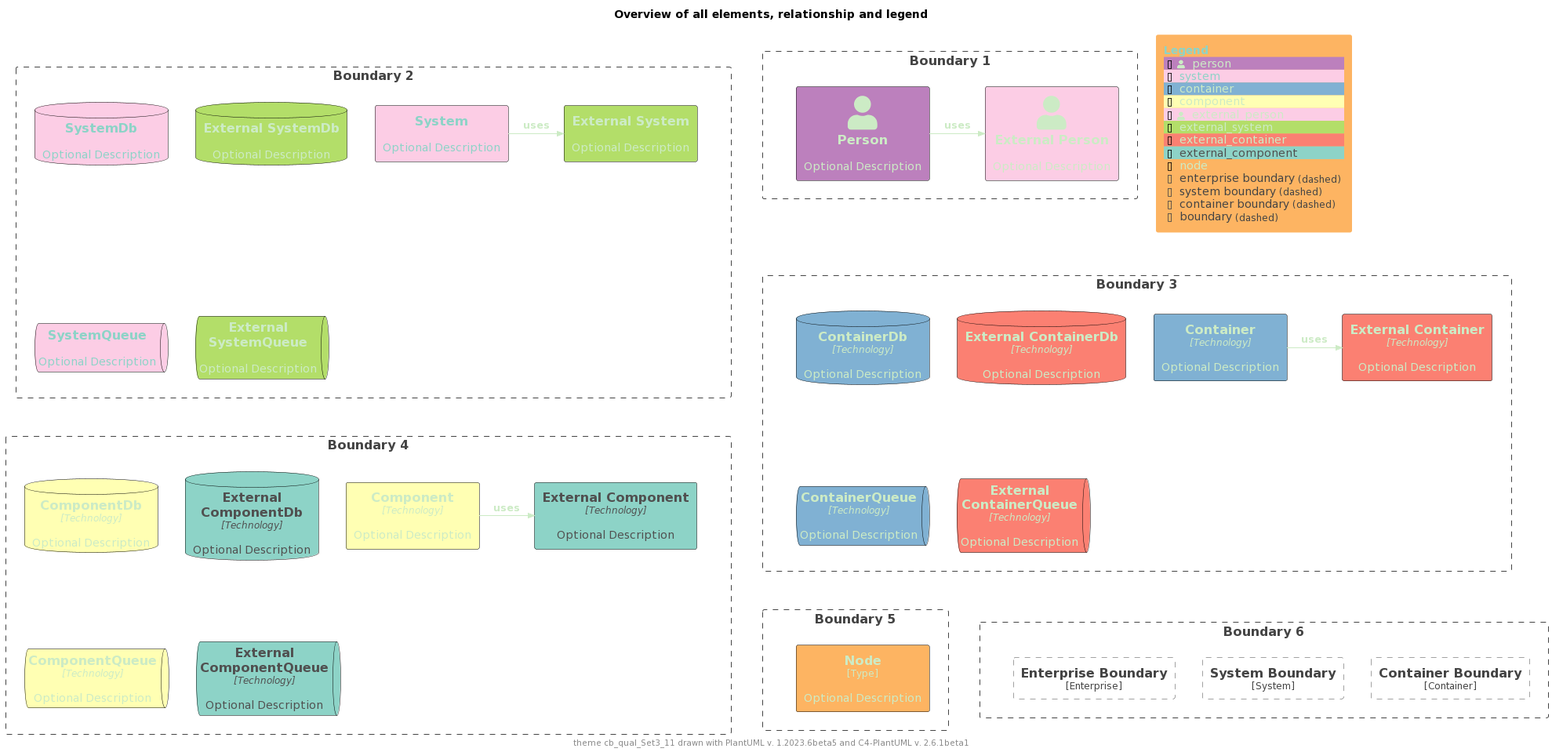
mweagle/C4-PlantUML-Themes keeps this PlantUML diagram as palettes/puml-theme-cb_qual_Set3_11-example.png. Above is the earlier version.
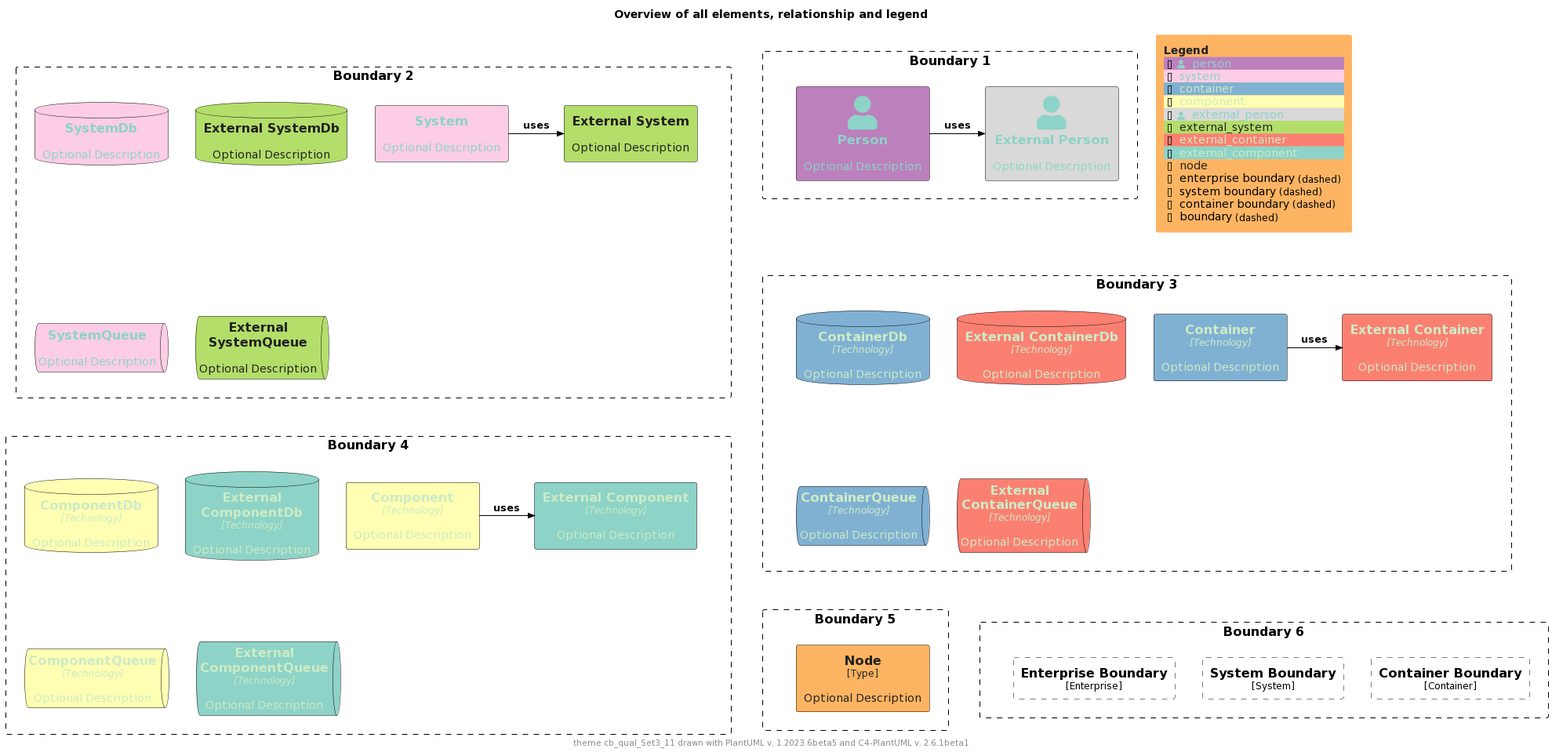
After the change.

What changed in the source:
```diff
@@ -2,16 +2,16 @@
 !$THEME = "cb_qual_Set3_11"
 
 !function $textcolor($bgColor)
-!if $bgcolor == $COLOR_INDEX_4 || $bgcolor == $COLOR_INDEX_5
+!if $bgColor == $COLOR_INDEX_0 || $bgColor == $COLOR_INDEX_1 || $bgColor == $COLOR_INDEX_2 || $bgColor == $COLOR_INDEX_3 || $bgColor == $COLOR_INDEX_4
+!return $COLOR_INDEX_10
+!elseif $bgColor == $COLOR_INDEX_7 || $bgColor == $COLOR_INDEX_8 || $bgColor == $COLOR_INDEX_9 || $bgColor == $COLOR_INDEX_10
+!return $COLOR_INDEX_0
+!elseif %is_light($bgColor)
+!return "#222222"
+!elseif %is_dark($bgColor)
+!return "#dddddd"
+!else
 !return $COLOR_TEXT_FALLBACK_COLOR
-!elseif $bgColor == $COLOR_INDEX_10
-!return $COLOR_TEXT_FALLBACK_COLOR
-!elseif $bgColor == $COLOR_INDEX_0
-!return $COLOR_TEXT_FALLBACK_COLOR
-!elseif %is_light($bgColor)
-!return $COLOR_TEXT_DARK
-!else
-!return $COLOR_TEXT_LIGHT
 !endif
 !endfunction
 
@@ -28,42 +28,40 @@
 !$COLOR_INDEX_10="#CCEBC5"
 !$COLOR_BORDER_COLOR="#000000"
 
-!$COLOR_REL_COLOR="#CCEBC5"
-
 !$COLOR_TEXT_LIGHT=$COLOR_INDEX_0
 !$COLOR_TEXT_DARK=$COLOR_INDEX_10
 !$COLOR_TEXT_NEUTRAL=$textcolor($COLOR_INDEX_5)
-!$COLOR_REL_COLOR=$textcolor($COLOR_INDEX_0)
+!$COLOR_REL_COLOR=$textcolor($COLOR_INDEX_10)
 
-!$COLOR_TEXT_FALLBACK_COLOR ?= "#505050"
+!$COLOR_TEXT_FALLBACK_COLOR ?= "#000000"
 
 !$STEREOTYPE_FONT_SIZE ?= 12
 !$TECHN_FONT_SIZE ?= 12
 
-!$ELEMENT_FONT_COLOR ?= $COLOR_TEXT_NEUTRAL
+!$ELEMENT_FONT_COLOR ?= $COLOR_TEXT_FALLBACK_COLOR
 
-!$ARROW_COLOR ?= $COLOR_TEXT_NEUTRAL
-!$ARROW_FONT_COLOR ?= $COLOR_TEXT_NEUTRAL
+!$ARROW_COLOR ?= $COLOR_TEXT_FALLBACK_COLOR
+!$ARROW_FONT_COLOR ?= $COLOR_TEXT_FALLBACK_COLOR
 !$ARROW_FONT_SIZE ?= 12
 
-!$BOUNDARY_COLOR ?= "#444444"
+!$BOUNDARY_COLOR ?= $COLOR_BORDER_COLOR
 !$BOUNDARY_BG_COLOR ?= "transparent"
 !$BOUNDARY_BORDER_STYLE ?= "dashed"
 
-!$PERSON_FONT_COLOR ?= $textcolor($COLOR_INDEX_9)
 !$PERSON_BG_COLOR ?= $COLOR_INDEX_9
+!$PERSON_FONT_COLOR ?= $textcolor($PERSON_BG_COLOR)
 !$PERSON_BORDER_COLOR ?= $COLOR_BORDER_COLOR
 
-!$EXTERNAL_PERSON_FONT_COLOR ?= $textcolor($COLOR_INDEX_7)
-!$EXTERNAL_PERSON_BG_COLOR ?= $COLOR_INDEX_7
+!$EXTERNAL_PERSON_BG_COLOR ?= $COLOR_INDEX_8
+!$EXTERNAL_PERSON_FONT_COLOR ?= $textcolor($EXTERNAL_PERSON_BG_COLOR)
 !$EXTERNAL_PERSON_BORDER_COLOR ?= $COLOR_BORDER_COLOR
 
-!$SYSTEM_FONT_COLOR ?= $COLOR_TEXT_LIGHT
 !$SYSTEM_BG_COLOR ?= $COLOR_INDEX_7
+!$SYSTEM_FONT_COLOR ?= $textcolor($SYSTEM_BG_COLOR)
 !$SYSTEM_BORDER_COLOR ?= $COLOR_BORDER_COLOR
 
-!$EXTERNAL_SYSTEM_FONT_COLOR ?= $textcolor($COLOR_INDEX_6)
 !$EXTERNAL_SYSTEM_BG_COLOR ?= $COLOR_INDEX_6
+!$EXTERNAL_SYSTEM_FONT_COLOR ?= $textcolor($EXTERNAL_SYSTEM_BG_COLOR)
 !$EXTERNAL_SYSTEM_BORDER_COLOR ?= $COLOR_BORDER_COLOR
 
 !$SYSTEM_BOUNDARY_COLOR ?= $BOUNDARY_COLOR
@@ -74,31 +72,31 @@
 !$ENTERPRISE_BOUNDARY_BG_COLOR ?= $BOUNDARY_BG_COLOR
 !$ENTERPRISE_BOUNDARY_BORDER_STYLE ?= $BOUNDARY_BORDER_STYLE
 
-!$CONTAINER_FONT_COLOR ?= $COLOR_TEXT_DARK
 !$CONTAINER_BG_COLOR ?= $COLOR_INDEX_4
+!$CONTAINER_FONT_COLOR ?= $textcolor($CONTAINER_BG_COLOR)
 !$CONTAINER_BORDER_COLOR ?= $COLOR_BORDER_COLOR
 
-!$EXTERNAL_CONTAINER_FONT_COLOR ?= $textcolor($COLOR_INDEX_3)
 !$EXTERNAL_CONTAINER_BG_COLOR ?= $COLOR_INDEX_3
+!$EXTERNAL_CONTAINER_FONT_COLOR ?= $textcolor($EXTERNAL_CONTAINER_BG_COLOR)
 !$EXTERNAL_CONTAINER_BORDER_COLOR ?= $COLOR_BORDER_COLOR
 
 !$CONTAINER_BOUNDARY_COLOR ?= $BOUNDARY_COLOR
 !$CONTAINER_BOUNDARY_BG_COLOR ?= $BOUNDARY_BG_COLOR
 !$CONTAINER_BOUNDARY_BORDER_STYLE ?= $BOUNDARY_BORDER_STYLE
 
-!$COMPONENT_FONT_COLOR ?= $COLOR_TEXT_DARK
 !$COMPONENT_BG_COLOR ?= $COLOR_INDEX_1
+!$COMPONENT_FONT_COLOR ?= $textcolor($COMPONENT_BG_COLOR)
 !$COMPONENT_BORDER_COLOR ?= $COLOR_BORDER_COLOR
 
-!$EXTERNAL_COMPONENT_FONT_COLOR ?= $textcolor($COLOR_INDEX_0)
 !$EXTERNAL_COMPONENT_BG_COLOR ?= $COLOR_INDEX_0
+!$EXTERNAL_COMPONENT_FONT_COLOR ?= $textcolor($EXTERNAL_COMPONENT_BG_COLOR)
 !$EXTERNAL_COMPONENT_BORDER_COLOR ?= $COLOR_BORDER_COLOR
 
-!$NODE_FONT_COLOR ?= $textcolor($COLOR_INDEX_5)
 !$NODE_BG_COLOR ?= $COLOR_INDEX_5
+!$NODE_FONT_COLOR ?= $textcolor($NODE_BG_COLOR)
 !$NODE_BORDER_COLOR ?= $COLOR_BORDER_COLOR
 
-!$LEGEND_TITLE_COLOR ?= $COLOR_INDEX_0
+!$LEGEND_TITLE_COLOR ?= $textcolor($COLOR_INDEX_5)
 !$LEGEND_FONT_COLOR ?= $textcolor($COLOR_INDEX_5)
 !$LEGEND_BG_COLOR ?= $COLOR_INDEX_5
 !$LEGEND_BORDER_COLOR ?= $COLOR_INDEX_5
@@ -125,8 +123,8 @@
 !$LEGEND_DASHED_TRANSPARENT_BOUNDARY ?= "dashed"
 
 !$SKETCH_BG_COLOR ?= "transparent"
-!$SKETCH_FONT_COLOR ?= $COLOR_INDEX_NEUTRAL
-!$SKETCH_WARNING_COLOR ?= $COLOR_INDEX_10
+!$SKETCH_FONT_COLOR ?= $COLOR_INDEX_10
+!$SKETCH_WARNING_COLOR ?= $COLOR_INDEX_0
 
 !$SKETCH_FONT_NAME ?= "Gochi Hand"
 
@@ -135,5 +133,84 @@
 
 !$ROUNDED_BOX_SIZE ?= 25
 !$EIGHT_SIDED_SIZE ?= 18
-!include https://raw.githubusercontent.com/plantuml-stdlib/C4-PlantUML/master/percy/TestAllElementsWithLegend.puml
+
+
+!if %variable_exists("RELATIVE_INCLUDE")
+  !include %get_variable_value("RELATIVE_INCLUDE")/C4_Component.puml
+  !include %get_variable_value("RELATIVE_INCLUDE")/C4_Deployment.puml
+!else
+  !include https://raw.githubusercontent.com/plantuml-stdlib/C4-PlantUML/master/C4_Component.puml
+  !include https://raw.githubusercontent.com/plantuml-stdlib/C4-PlantUML/master/C4_Deployment.puml
+!endif
+
+SetDefaultLegendEntries("person\nsystem\ncontainer\ncomponent\nexternal_person\nexternal_system\nexternal_container\nexternal_component\nnode\nenterprise_boundary\nsystem_boundary\ncontainer_boundary\nboundary")
+
+title Overview of all elements, relationship and legend
+
+footer theme $THEME drawn with PlantUML v. %version() and C4-PlantUML v. C4Version()
+
+Boundary(b2, "Boundary 2") {
+  System(system, "System", "Optional Description")
+  System_Ext(externalSystem, "External System", "Optional Description")
+  Rel_R(system, externalSystem, "uses")
+
+  SystemDb(systemDb, "SystemDb", "Optional Description")
+  SystemDb_Ext(externalSystemDb, "External SystemDb", "Optional Description")
+  SystemQueue(systemQueue, "SystemQueue", "Optional Description")
+  SystemQueue_Ext(externalSystemQueue, "External SystemQueue", "Optional Description")
+}
+
+Boundary(b1, "Boundary 1") {
+  Person(person, "Person", "Optional Description")
+  Person_Ext(externalPerson, "External Person", "Optional Description")
+  Rel_R(person, externalPerson, "uses")
+}
+
+Boundary(b3, "Boundary 3") {
+  Container(container, "Container", "Technology", "Optional Description")
+  Container_Ext(externalContainer, "External Container", "Technology", "Optional Description")
+  Rel_R(container, externalContainer, "uses")
+
+  ContainerDb(containerDb, "ContainerDb", "Technology", "Optional Description")
+  ContainerDb_Ext(externalContainerDb, "External ContainerDb", "Technology", "Optional Description")
+  ContainerQueue(containerQueue, "ContainerQueue", "Technology", "Optional Description")
+  ContainerQueue_Ext(externalContainerQueue, "External ContainerQueue", "Technology", "Optional Description")
+}
+
+Boundary(b4, "Boundary 4") {
+  Component(component, "Component", "Technology", "Optional Description")
+  Component_Ext(externalComponent, "External Component", "Technology", "Optional Description")
+  Rel_R(component, externalComponent, "uses")
+
+  ComponentDb(componentDb, "ComponentDb", "Technology", "Optional Description")
+  ComponentDb_Ext(externalComponentDb, "External ComponentDb", "Technology", "Optional Description")
+  ComponentQueue(componentQueue, "ComponentQueue", "Technology", "Optional Description")
+  ComponentQueue_Ext(externalComponentQueue, "External ComponentQueue", "Technology", "Optional Description")
+}
+
+Boundary(b5, "Boundary 5") {
+  Node(node, "Node", "Type", "Optional Description")
+}
+
+Boundary(b6, "Boundary 6") {
+  Enterprise_Boundary(eb, "Enterprise Boundary") {
+  }
+
+  System_Boundary(sb, "System Boundary") {
+  }
+
+  Container_Boundary(cb, "Container Boundary") {
+  }
+
+  Lay_R(eb,sb)
+  Lay_R(sb,cb)
+}
+
+Lay_D(b2,b3)
+Lay_R(b2,b1)
+Lay_D(b3,b4)
+Lay_D(b4,b5)
+Lay_R(b5,b6)
+
+SHOW_FLOATING_LEGEND()
 @enduml
```
